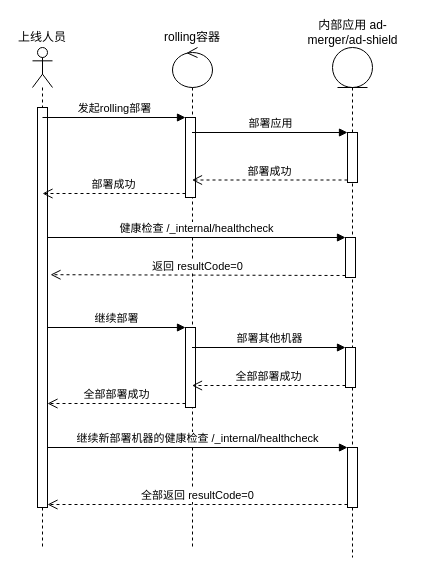
Before: page "健康检查-内部应用" (1 of 2) of 健康检查流程图.drawio in cp0802/xueqqiu, a draw.io diagram. Source tidied: cells renumbered, new cells numbered last; positions are measured from the earlier drawing's top-left corner, leaving out a move shared by most shapes. Both pictures are drawn from the tidied source at 100%, with x=0, y=0 at pixel (17, 17).
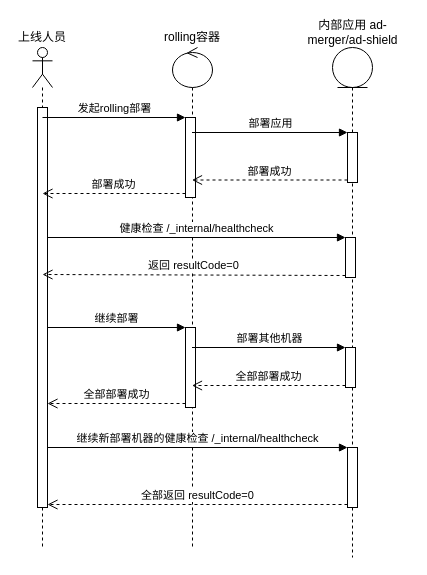
After the change.

Commit message (it also covers changes not shown here):
Update 健康检查流程图.drawio

The change refers to these unchanged cells:
```xml
<mxCell id="3" style="html=1;points=[];perimeter=orthogonalPerimeter;" parent="2" vertex="1">
  <mxGeometry x="5" y="60" width="10" height="400" as="geometry" />
</mxCell>
<mxCell id="6" style="html=1;points=[];perimeter=orthogonalPerimeter;" parent="4" vertex="1">
  <mxGeometry x="13" y="190" width="10" height="40" as="geometry" />
</mxCell>
```

Change to the diagram source:
```diff
@@
-    <mxCell id="20" value="返回 resultCode=0" style="html=1;verticalAlign=bottom;endArrow=open;dashed=1;endSize=8;exitX=0;exitY=0.95;entryX=1.3;entryY=0.418;entryDx=0;entryDy=0;entryPerimeter=0;" parent="1" edge="1" source="6" target="3">
-      <mxGeometry relative="1" as="geometry" />
+    <mxCell id="20" value="返回 resultCode=0" style="html=1;verticalAlign=bottom;endArrow=open;dashed=1;endSize=8;exitX=0;exitY=0.95;" parent="1" edge="1" source="6">
+      <mxGeometry relative="1" as="geometry">
+        <mxPoint x="25" y="257" as="targetPoint" />
+      </mxGeometry>
     </mxCell>
```
